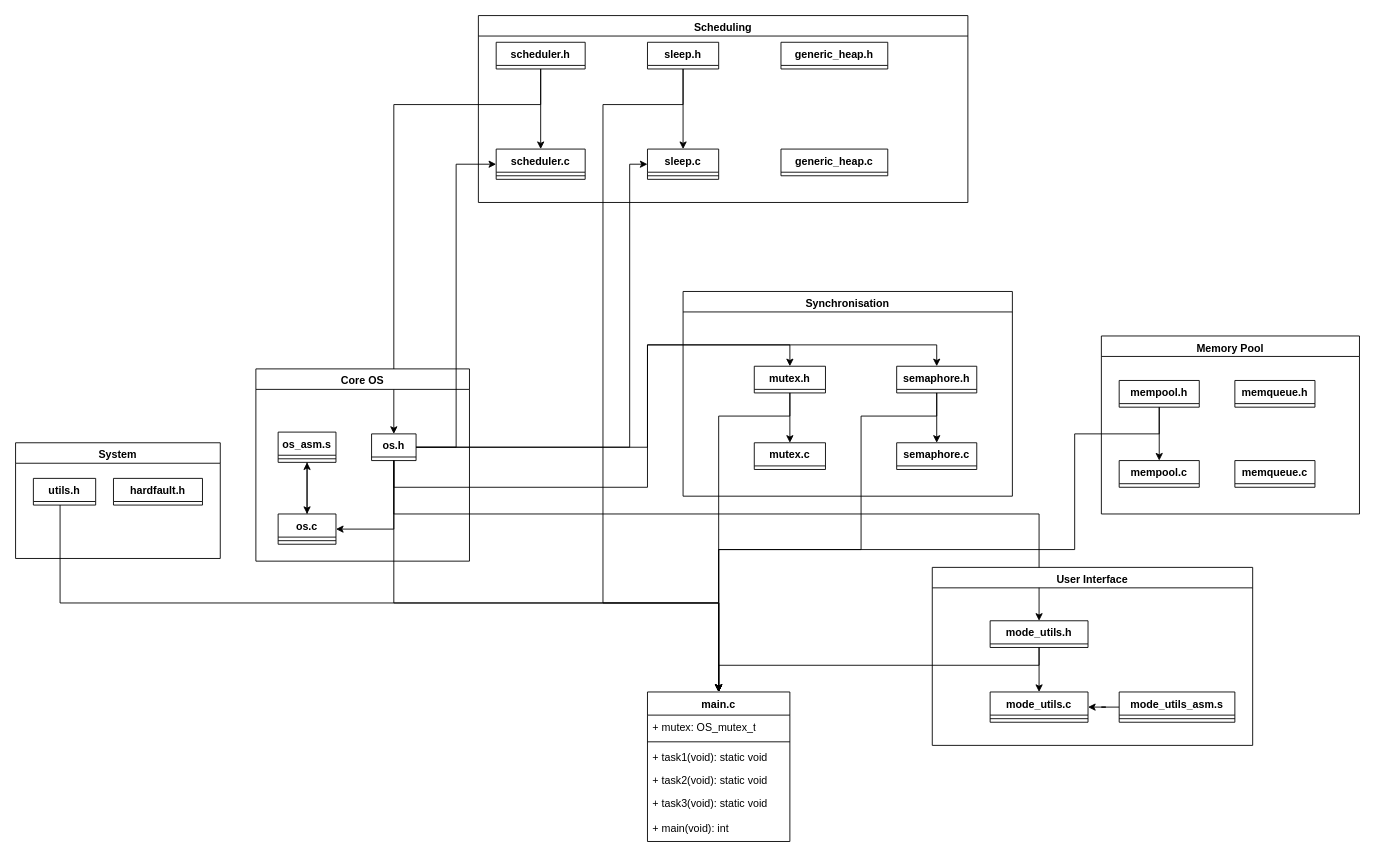
Before: Assignment/DocetOS_Redesign_UML.drawio in ja-cooke/systems-programming, a draw.io diagram. Source tidied: cells renumbered, new cells numbered last; positions are measured from the earlier drawing's top-left corner, leaving out a move shared by most shapes. Both pictures are drawn from the tidied source at 89%, with x=0, y=0 at pixel (15, 15).
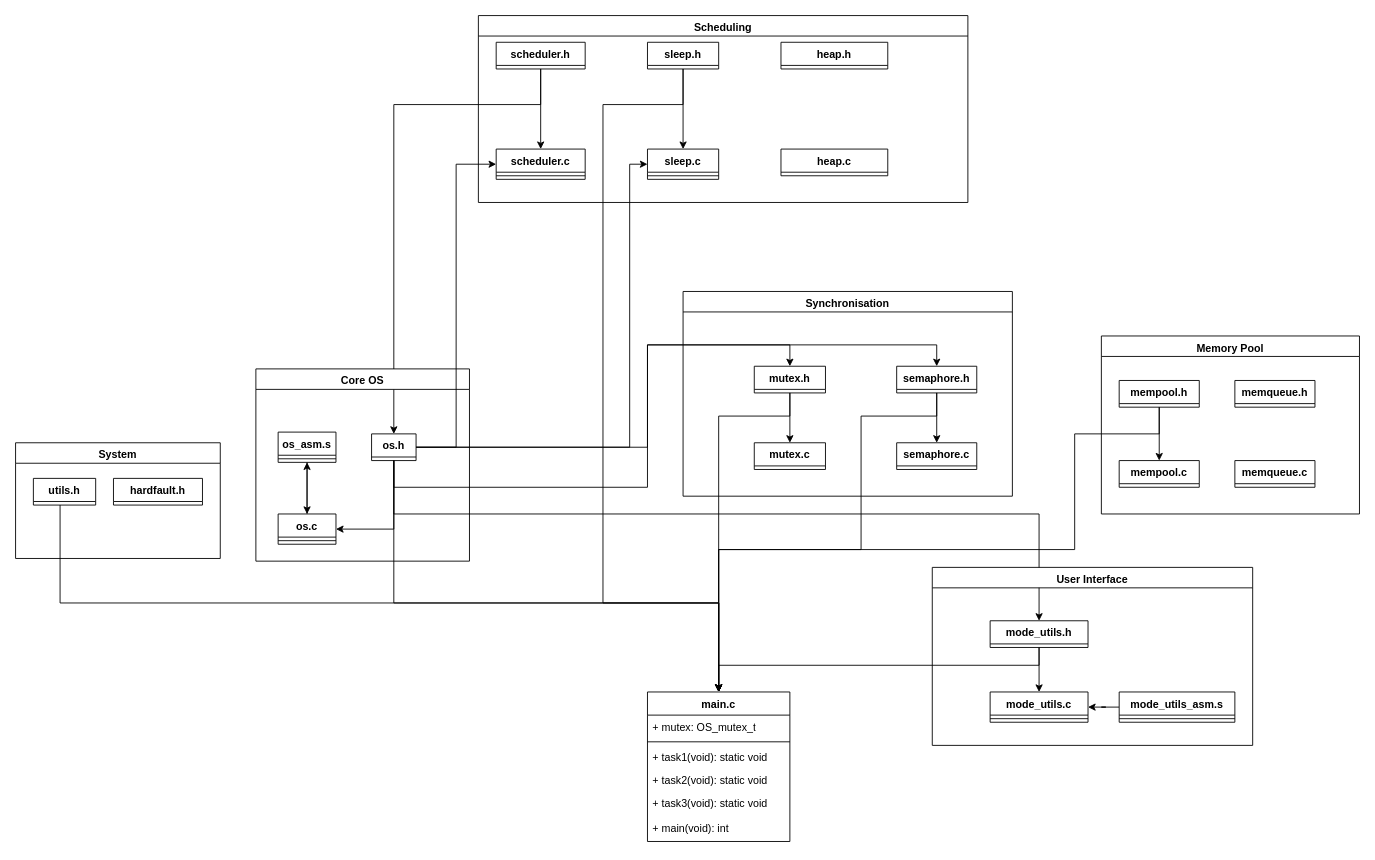
After the change.

Unchanged cells that the change refers to:
```xml
<mxCell id="15" value="Scheduling" style="swimlane;whiteSpace=wrap;html=1;strokeColor=default;align=center;verticalAlign=top;fontFamily=Helvetica;fontSize=12;fontColor=default;fontStyle=1;fillColor=default;" parent="1" vertex="1">
  <mxGeometry x="520" width="550" height="210" as="geometry" />
</mxCell>
```

The edit, as a diff of the source:
```diff
@@
-    <mxCell id="24" value="generic_heap.h" style="swimlane;fontStyle=1;align=center;verticalAlign=top;horizontal=1;startSize=26;whiteSpace=wrap;html=1;" parent="15" vertex="1" collapsed="1">
+    <mxCell id="24" value="&lt;div&gt;&lt;span style=&quot;background-color: transparent; color: light-dark(rgb(0, 0, 0), rgb(255, 255, 255));&quot;&gt;heap.h&lt;/span&gt;&lt;/div&gt;" style="swimlane;fontStyle=1;align=center;verticalAlign=top;horizontal=1;startSize=26;whiteSpace=wrap;html=1;" parent="15" vertex="1" collapsed="1">
       <mxGeometry x="340" y="30" width="120" height="30" as="geometry" />
     </mxCell>
-    <mxCell id="25" value="generic_heap.c" style="swimlane;fontStyle=1;align=center;verticalAlign=top;horizontal=1;startSize=26;whiteSpace=wrap;html=1;" parent="15" vertex="1" collapsed="1">
+    <mxCell id="25" value="&lt;div&gt;&lt;span style=&quot;background-color: transparent; color: light-dark(rgb(0, 0, 0), rgb(255, 255, 255));&quot;&gt;heap.c&lt;/span&gt;&lt;/div&gt;" style="swimlane;fontStyle=1;align=center;verticalAlign=top;horizontal=1;startSize=26;whiteSpace=wrap;html=1;" parent="15" vertex="1" collapsed="1">
       <mxGeometry x="340" y="150" width="120" height="30" as="geometry" />
     </mxCell>
```
